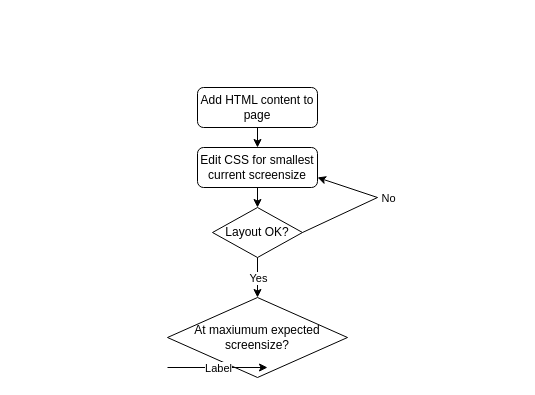
Earlier version of the draw.io diagram media/flowchart.drawio (dredly/Computational_Thinking_Coursework). Source tidied: cells renumbered, new cells numbered last; positions are measured from the earlier drawing's top-left corner, leaving out a move shared by most shapes. Both pictures are drawn from the tidied source at 100%, with x=0, y=0 at pixel (167, 87).
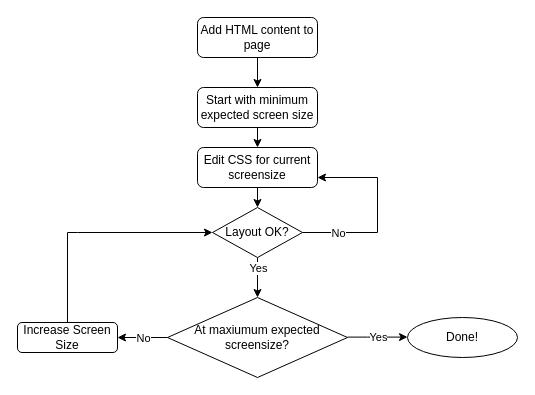
The same page after the edit.

The change refers to these unchanged cells:
```xml
<mxCell id="5" value="Layout OK?" style="rhombus;whiteSpace=wrap;html=1;" parent="1" vertex="1">
  <mxGeometry x="45" y="120" width="90" height="50" as="geometry" />
</mxCell>
<mxCell id="9" style="endArrow=classic;html=1;rounded=0;" parent="1" edge="1">
  <mxGeometry relative="1" as="geometry">
    <mxPoint x="90" y="170" as="sourcePoint" />
    <mxPoint x="90" y="210" as="targetPoint" />
  </mxGeometry>
</mxCell>
```

The edit, as a diff of the source:
```diff
@@
     <mxCell id="2" value="Add HTML content to page" style="rounded=1;whiteSpace=wrap;html=1;fontSize=12;glass=0;strokeWidth=1;shadow=0;" parent="1" vertex="1">
-      <mxGeometry x="30" width="120" height="40" as="geometry" />
+      <mxGeometry x="30" y="-70" width="120" height="40" as="geometry" />
     </mxCell>
-    <mxCell id="3" style="endArrow=classic;html=1;rounded=0;exitX=0.5;exitY=1;exitDx=0;exitDy=0;" parent="1" edge="1" source="2">
-      <mxGeometry relative="1" as="geometry">
-        <mxPoint x="90" y="60" as="targetPoint" />
-      </mxGeometry>
-    </mxCell>
-    <mxCell id="4" value="Edit CSS for smallest current screensize" style="rounded=1;whiteSpace=wrap;html=1;" parent="1" vertex="1">
+    <mxCell id="4" value="Edit CSS for current screensize" style="rounded=1;whiteSpace=wrap;html=1;" parent="1" vertex="1">
       <mxGeometry x="30" y="60" width="120" height="40" as="geometry" />
     </mxCell>
@@
     <mxCell id="7" style="endArrow=classic;html=1;rounded=0;exitX=1;exitY=0.5;exitDx=0;exitDy=0;entryX=1;entryY=0.75;entryDx=0;entryDy=0;" parent="1" edge="1" source="5" target="4">
       <mxGeometry relative="1" as="geometry">
         <Array as="points">
-          <mxPoint x="210" y="110" />
+          <mxPoint x="210" y="145" />
+          <mxPoint x="210" y="90" />
         </Array>
       </mxGeometry>
     </mxCell>
     <mxCell id="8" value="No" style="edgeLabel;html=1;align=center;verticalAlign=middle;" parent="7" vertex="1">
       <mxGeometry relative="1" as="geometry">
-        <mxPoint x="19" y="-4" as="offset" />
+        <mxPoint x="-40" y="20" as="offset" />
       </mxGeometry>
     </mxCell>
@@
     <mxCell id="10" value="Yes" style="edgeLabel;html=1;align=center;verticalAlign=middle;" parent="9" vertex="1">
-      <mxGeometry relative="1" as="geometry" />
+      <mxGeometry relative="1" as="geometry">
+        <mxPoint y="-10" as="offset" />
+      </mxGeometry>
     </mxCell>
@@
-    <mxCell id="12" style="endArrow=classic;html=1;rounded=0;" parent="1" edge="1">
-      <mxGeometry relative="1" as="geometry">
-        <mxPoint y="280" as="sourcePoint" />
-        <mxPoint x="100" y="280" as="targetPoint" />
-      </mxGeometry>
-    </mxCell>
-    <mxCell id="13" value="Label" style="edgeLabel;html=1;align=center;verticalAlign=middle;" parent="12" vertex="1">
-      <mxGeometry relative="1" as="geometry" />
-    </mxCell>
+    <mxCell id="14" value="Start with minimum expected screen size" style="rounded=1;whiteSpace=wrap;html=1;" parent="1" vertex="1">
+      <mxGeometry x="30" width="120" height="40" as="geometry" />
+    </mxCell>
+    <mxCell id="15" style="endArrow=classic;html=1;rounded=0;exitX=0.5;exitY=1;exitDx=0;exitDy=0;entryX=0.5;entryY=0;entryDx=0;entryDy=0;" parent="1" edge="1" target="14">
+      <mxGeometry relative="1" as="geometry">
+        <mxPoint x="90" y="-30" as="sourcePoint" />
+      </mxGeometry>
+    </mxCell>
+    <mxCell id="16" style="endArrow=classic;html=1;rounded=0;exitX=0.5;exitY=1;exitDx=0;exitDy=0;entryX=0.5;entryY=0;entryDx=0;entryDy=0;" parent="1" edge="1" source="14" target="4">
+      <mxGeometry relative="1" as="geometry" />
+    </mxCell>
+    <mxCell id="17" value="Increase Screen Size" style="rounded=1;whiteSpace=wrap;html=1;" parent="1" vertex="1">
+      <mxGeometry x="-150" y="235" width="100" height="30" as="geometry" />
+    </mxCell>
+    <mxCell id="18" style="endArrow=classic;html=1;rounded=0;" parent="1" edge="1">
+      <mxGeometry relative="1" as="geometry">
+        <mxPoint x="180" y="249.6" as="sourcePoint" />
+        <mxPoint x="240" y="249.6" as="targetPoint" />
+        <Array as="points">
+          <mxPoint x="200" y="249.6" />
+        </Array>
+      </mxGeometry>
+    </mxCell>
+    <mxCell id="19" value="Yes" style="edgeLabel;html=1;align=center;verticalAlign=middle;" parent="18" vertex="1">
+      <mxGeometry relative="1" as="geometry" />
+    </mxCell>
+    <mxCell id="20" style="endArrow=classic;html=1;rounded=0;exitX=0.5;exitY=0;exitDx=0;exitDy=0;entryX=0;entryY=0.5;entryDx=0;entryDy=0;" parent="1" edge="1" source="17" target="5">
+      <mxGeometry relative="1" as="geometry">
+        <Array as="points">
+          <mxPoint x="-100" y="145" />
+          <mxPoint x="-90" y="145" />
+        </Array>
+      </mxGeometry>
+    </mxCell>
+    <mxCell id="21" style="endArrow=classic;html=1;rounded=0;entryX=1;entryY=0.5;entryDx=0;entryDy=0;" parent="1" edge="1" target="17">
+      <mxGeometry relative="1" as="geometry">
+        <mxPoint y="250" as="sourcePoint" />
+      </mxGeometry>
+    </mxCell>
+    <mxCell id="22" value="No" style="edgeLabel;html=1;align=center;verticalAlign=middle;" parent="21" vertex="1">
+      <mxGeometry relative="1" as="geometry" />
+    </mxCell>
+    <mxCell id="23" value="Done!" style="ellipse;whiteSpace=wrap;html=1;" parent="1" vertex="1">
+      <mxGeometry x="240" y="230" width="110" height="40" as="geometry" />
+    </mxCell>
```
